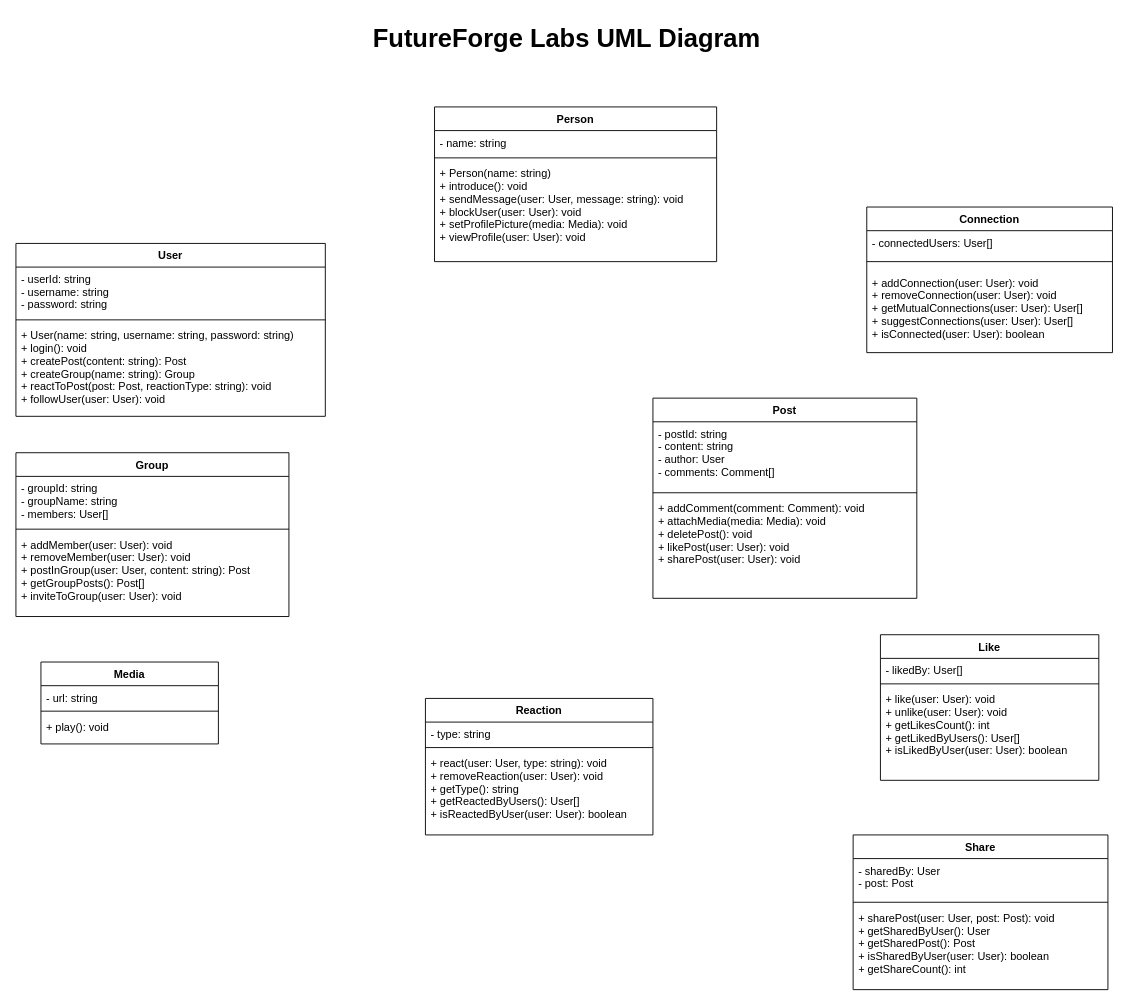
Above: docs/futureforge/futureforgeuml.drawio in BlazerLabs/CSC-3105-22-23-Project-Repo (draw.io), before the change. Source tidied: cells renumbered, new cells numbered last; positions are measured from the earlier drawing's top-left corner, leaving out a move shared by most shapes. Both pictures are drawn from the tidied source at 91%, with x=0, y=0 at pixel (15, 15).
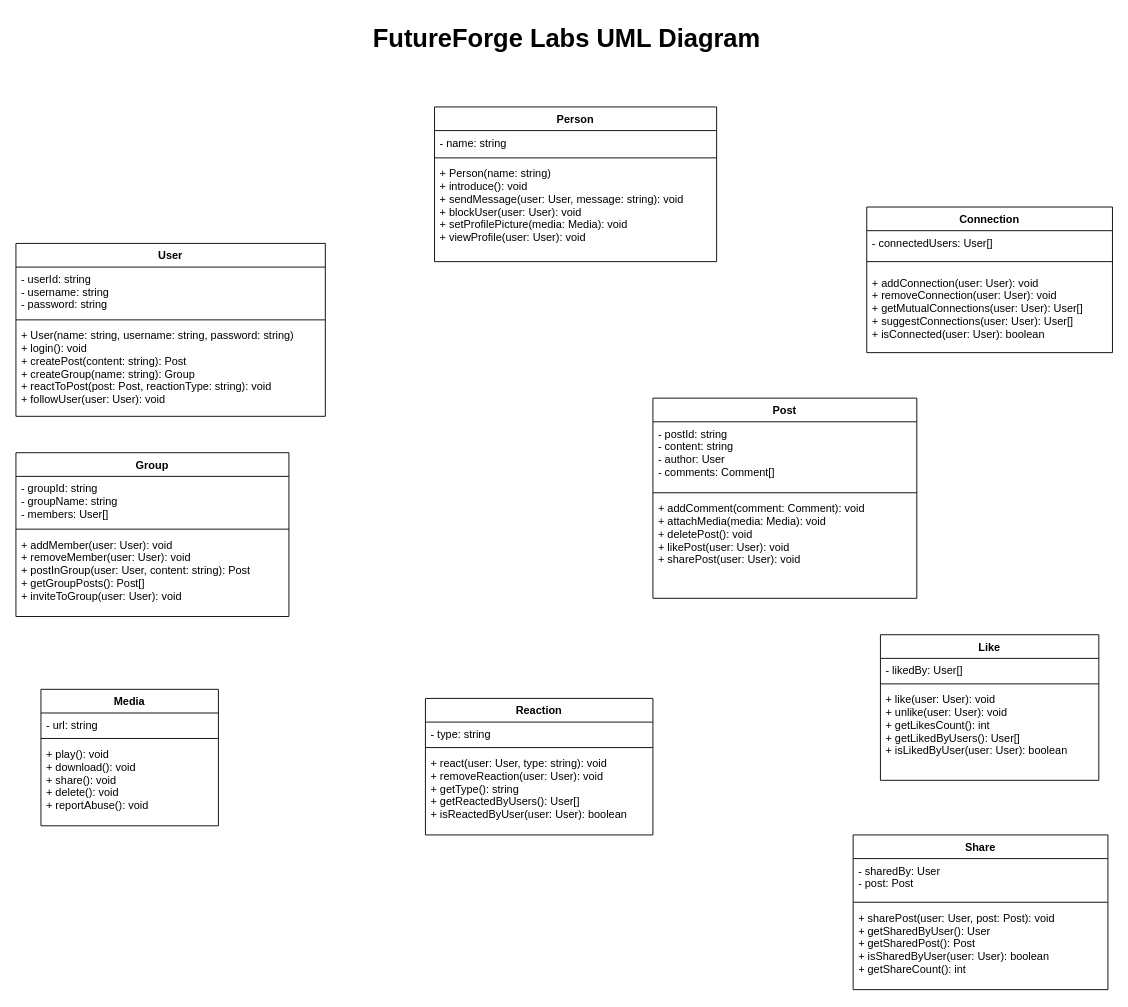
Above is the later version.

Commit message:
Updated the Media UMl class

What changed in the source:
```diff
@@
     <mxCell id="11" value="Media" style="swimlane;fontStyle=1;align=center;verticalAlign=top;horizontal=1;startSize=26;" parent="1" vertex="1">
-      <mxGeometry x="27.5" y="710" width="195" height="90" as="geometry" />
+      <mxGeometry x="27.5" y="740" width="195" height="150" as="geometry" />
     </mxCell>
@@
-    <mxCell id="14" value="+ play(): void" style="text;strokeColor=none;fillColor=none;align=left;verticalAlign=top;spacingLeft=4;spacingRight=4;overflow=hidden;" parent="11" vertex="1">
-      <mxGeometry y="58" width="195" height="32" as="geometry" />
+    <mxCell id="14" value="+ play(): void                                        &#10; + download(): void                                    &#10; + share(): void                                       &#10; + delete(): void                                      &#10; + reportAbuse(): void" style="text;strokeColor=none;fillColor=none;align=left;verticalAlign=top;spacingLeft=4;spacingRight=4;overflow=hidden;" parent="11" vertex="1">
+      <mxGeometry y="58" width="195" height="92" as="geometry" />
     </mxCell>
```
